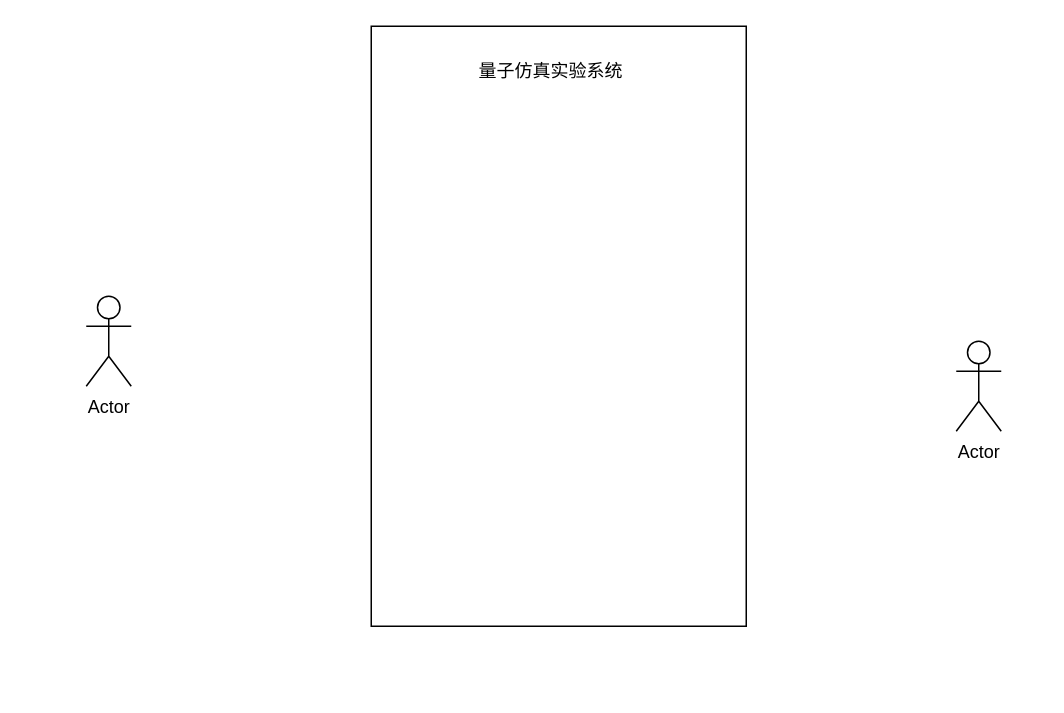
This is 用例图.drawio from NiuShukai/qubit, a draw.io file, before an edit. Source tidied: cells renumbered, new cells numbered last; positions are measured from the earlier drawing's top-left corner, leaving out a move shared by most shapes. Both pictures are drawn from the tidied source at 150%, with x=0, y=0 at pixel (86, 26).
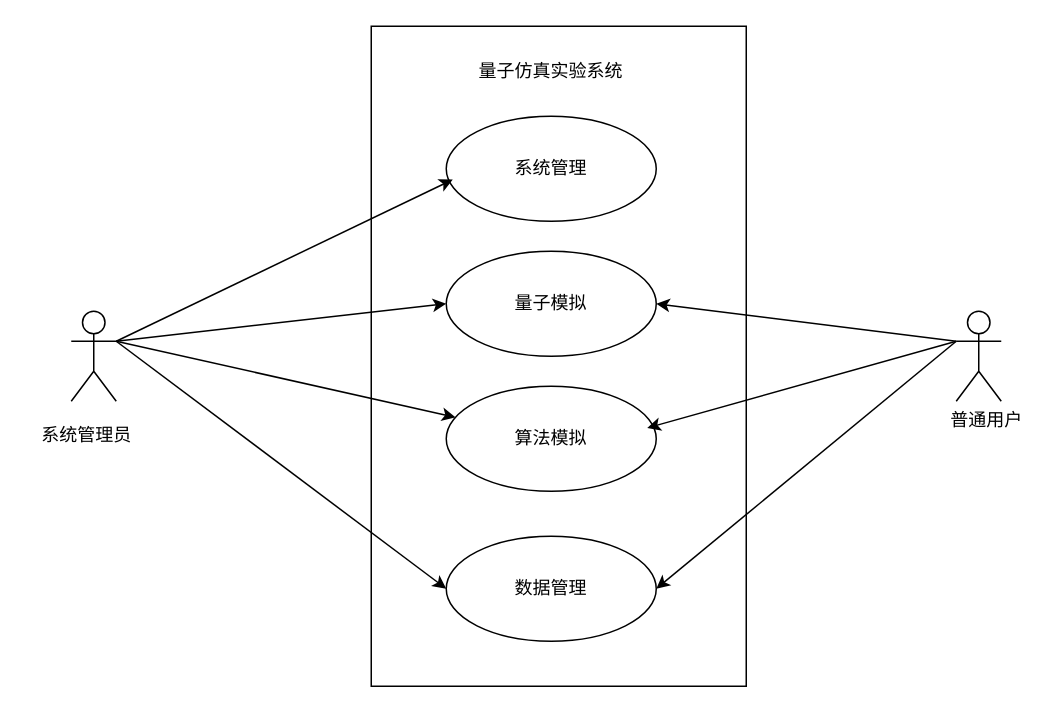
The same page after the edit.

Commit message:
更新用例图.drawio

Diff of the diagram source:
```diff
@@
 <mxGraphModel>
   <root>
     <mxCell id="0" />
     <mxCell id="1" parent="0" />
     <mxCell id="2" style="rounded=0;whiteSpace=wrap;html=1;" parent="1" vertex="1">
-      <mxGeometry x="190" width="250" height="400" as="geometry" />
+      <mxGeometry x="190" width="250" height="440" as="geometry" />
     </mxCell>
     <mxCell id="3" value="量子仿真实验系统" style="text;strokeColor=none;align=center;fillColor=none;html=1;verticalAlign=middle;whiteSpace=wrap;rounded=0;" parent="1" vertex="1">
       <mxGeometry x="260" y="20" width="100" height="20" as="geometry" />
     </mxCell>
+    <mxCell id="6" style="rounded=0;jettySize=auto;html=1;exitX=1;exitY=0.3333333333333333;exitDx=0;exitDy=0;exitPerimeter=0;entryX=0;entryY=0.5;entryDx=0;entryDy=0;" parent="1" edge="1" source="4" target="12">
+      <mxGeometry relative="1" as="geometry" />
+    </mxCell>
+    <mxCell id="7" style="rounded=0;jettySize=auto;html=1;exitX=1;exitY=0.3333333333333333;exitDx=0;exitDy=0;exitPerimeter=0;" parent="1" edge="1" source="4" target="13">
+      <mxGeometry relative="1" as="geometry" />
+    </mxCell>
+    <mxCell id="8" style="rounded=0;jettySize=auto;html=1;exitX=1;exitY=0.3333333333333333;exitDx=0;exitDy=0;exitPerimeter=0;entryX=0;entryY=0.5;entryDx=0;entryDy=0;" parent="1" edge="1" source="4" target="14">
+      <mxGeometry relative="1" as="geometry" />
+    </mxCell>
-    <mxCell id="4" value="Actor" style="shape=umlActor;verticalLabelPosition=bottom;verticalAlign=top;html=1;" parent="1" vertex="1">
-      <mxGeometry y="180" width="30" height="60" as="geometry" />
+    <mxCell id="4" value="Actor" style="shape=umlActor;verticalLabelPosition=bottom;verticalAlign=top;html=1;fontColor=none;noLabel=1;" parent="1" vertex="1">
+      <mxGeometry x="-10" y="190" width="30" height="60" as="geometry" />
     </mxCell>
+    <mxCell id="9" style="rounded=0;jettySize=auto;html=1;exitX=0;exitY=0.3333333333333333;exitDx=0;exitDy=0;exitPerimeter=0;entryX=1;entryY=0.5;entryDx=0;entryDy=0;" parent="1" edge="1" source="5" target="12">
+      <mxGeometry relative="1" as="geometry" />
+    </mxCell>
+    <mxCell id="10" style="rounded=0;jettySize=auto;html=1;exitX=0;exitY=0.3333333333333333;exitDx=0;exitDy=0;exitPerimeter=0;entryX=1;entryY=0.5;entryDx=0;entryDy=0;" parent="1" edge="1" source="5" target="14">
+      <mxGeometry relative="1" as="geometry" />
+    </mxCell>
-    <mxCell id="5" value="Actor" style="shape=umlActor;verticalLabelPosition=bottom;verticalAlign=top;html=1;" parent="1" vertex="1">
-      <mxGeometry x="580" y="210" width="30" height="60" as="geometry" />
+    <mxCell id="5" value="Actor" style="shape=umlActor;verticalLabelPosition=bottom;verticalAlign=top;html=1;fontColor=none;noLabel=1;" parent="1" vertex="1">
+      <mxGeometry x="580" y="190" width="30" height="60" as="geometry" />
     </mxCell>
+    <mxCell id="11" value="系统管理" style="ellipse;whiteSpace=wrap;html=1;" parent="1" vertex="1">
+      <mxGeometry x="240" y="60" width="140" height="70" as="geometry" />
+    </mxCell>
+    <mxCell id="12" value="量子模拟" style="ellipse;whiteSpace=wrap;html=1;" parent="1" vertex="1">
+      <mxGeometry x="240" y="150" width="140" height="70" as="geometry" />
+    </mxCell>
+    <mxCell id="13" value="算法模拟" style="ellipse;whiteSpace=wrap;html=1;" parent="1" vertex="1">
+      <mxGeometry x="240" y="240" width="140" height="70" as="geometry" />
+    </mxCell>
+    <mxCell id="14" value="数据管理" style="ellipse;whiteSpace=wrap;html=1;" parent="1" vertex="1">
+      <mxGeometry x="240" y="340" width="140" height="70" as="geometry" />
+    </mxCell>
+    <mxCell id="15" style="rounded=0;jettySize=auto;html=1;exitX=1;exitY=0.3333333333333333;exitDx=0;exitDy=0;exitPerimeter=0;entryX=0.031;entryY=0.603;entryDx=0;entryDy=0;entryPerimeter=0;" parent="1" edge="1" source="4" target="11">
+      <mxGeometry relative="1" as="geometry" />
+    </mxCell>
+    <mxCell id="16" value="系统管理员" style="text;html=1;align=center;verticalAlign=middle;strokeColor=none;fillColor=none;" parent="1" vertex="1">
+      <mxGeometry x="-40" y="258" width="80" height="30" as="geometry" />
+    </mxCell>
+    <mxCell id="17" value="普通用户" style="text;html=1;align=center;verticalAlign=middle;strokeColor=none;fillColor=none;" parent="1" vertex="1">
+      <mxGeometry x="565" y="248" width="70" height="30" as="geometry" />
+    </mxCell>
+    <mxCell id="18" style="rounded=0;jettySize=auto;html=1;entryX=0.957;entryY=0.397;entryDx=0;entryDy=0;entryPerimeter=0;" parent="1" edge="1" target="13">
+      <mxGeometry relative="1" as="geometry">
+        <mxPoint x="580" y="210" as="sourcePoint" />
+      </mxGeometry>
+    </mxCell>
   </root>
 </mxGraphModel>
```
